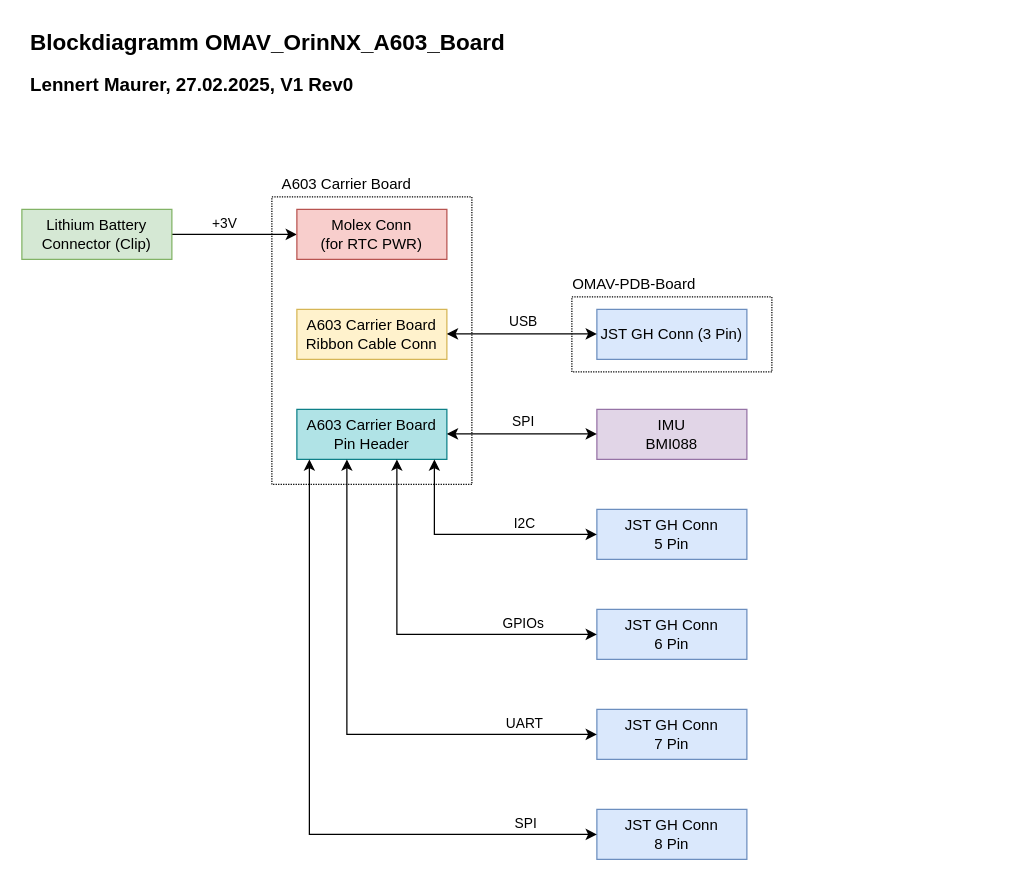
Above: 2_Documentation/3_HW_Concept/HW_Concept_1.drawio in lennertmaurer/OMAV_OrinNX_A603_Board (draw.io), before the change. Source tidied: cells renumbered, new cells numbered last; positions are measured from the earlier drawing's top-left corner, leaving out a move shared by most shapes. Both pictures are drawn from the tidied source at 125%, with x=0, y=0 at pixel (21, 21).
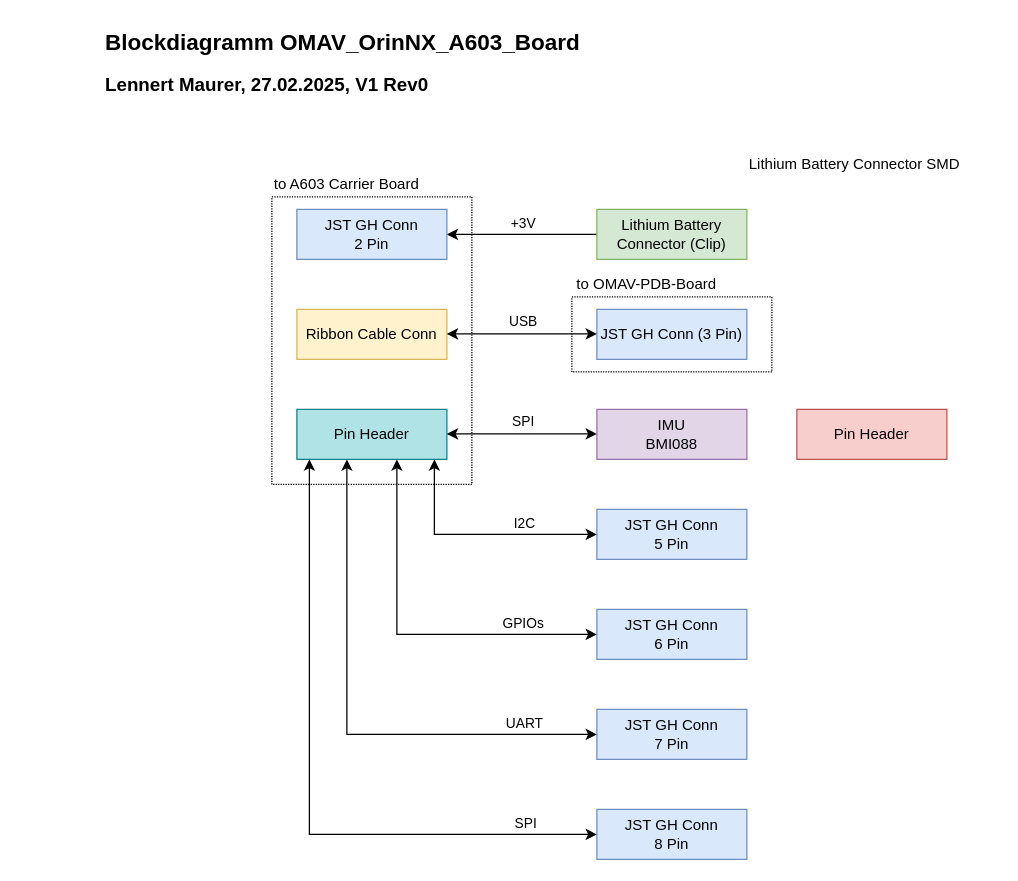
Above is the later version.

What changed in the source:
```diff
@@
     <mxCell id="4" value="&lt;font style=&quot;&quot;&gt;&lt;b style=&quot;&quot;&gt;&lt;font style=&quot;font-size: 15px;&quot;&gt;Lennert Maurer, 27.02.2025, V1 Rev0&lt;/font&gt;&lt;/b&gt;&lt;/font&gt;" style="text;html=1;strokeColor=none;fillColor=none;align=left;verticalAlign=middle;whiteSpace=wrap;rounded=0;" parent="1" vertex="1">
-      <mxGeometry x="5" y="40" width="430" height="20" as="geometry" />
+      <mxGeometry x="65" y="40" width="430" height="20" as="geometry" />
     </mxCell>
     <mxCell id="5" value="&lt;span style=&quot;font-size: 18px;&quot;&gt;&lt;b&gt;Blockdiagramm OMAV_OrinNX_A603_Board&lt;/b&gt;&lt;/span&gt;" style="text;whiteSpace=wrap;html=1;" parent="1" vertex="1">
-      <mxGeometry x="5" width="475" height="50" as="geometry" />
+      <mxGeometry x="65" width="475" height="50" as="geometry" />
     </mxCell>
-    <mxCell id="6" style="edgeStyle=orthogonalEdgeStyle;rounded=0;jettySize=auto;html=1;exitX=1;exitY=0.5;exitDx=0;exitDy=0;entryX=0;entryY=0.5;entryDx=0;entryDy=0;" parent="1" edge="1" source="8" target="12">
-      <mxGeometry relative="1" as="geometry" />
-    </mxCell>
+    <mxCell id="33" style="edgeStyle=orthogonalEdgeStyle;rounded=0;jettySize=auto;html=1;exitX=0;exitY=0.5;exitDx=0;exitDy=0;entryX=1;entryY=0.5;entryDx=0;entryDy=0;" parent="1" edge="1" source="8" target="34">
+      <mxGeometry relative="1" as="geometry" />
+    </mxCell>
-    <mxCell id="7" value="+3V" style="edgeLabel;html=1;align=center;verticalAlign=middle;" parent="6" vertex="1">
-      <mxGeometry x="0.09" y="-1" relative="1" as="geometry">
-        <mxPoint x="-14" y="-11" as="offset" />
+    <mxCell id="7" value="+3V" style="edgeLabel;html=1;align=center;verticalAlign=middle;" parent="33" vertex="1">
+      <mxGeometry x="-0.15" y="1" relative="1" as="geometry">
+        <mxPoint x="-9" y="-11" as="offset" />
       </mxGeometry>
     </mxCell>
     <mxCell id="8" value="Lithium Battery Connector (Clip)" style="rounded=0;whiteSpace=wrap;html=1;fillColor=#d5e8d4;strokeColor=#82b366;fontColor=#000000;" parent="1" vertex="1">
-      <mxGeometry y="150" width="120" height="40" as="geometry" />
+      <mxGeometry x="460" y="150" width="120" height="40" as="geometry" />
     </mxCell>
@@
-    <mxCell id="10" value="A603 Carrier Board&lt;div&gt;Ribbon Cable Conn&lt;/div&gt;" style="rounded=0;whiteSpace=wrap;html=1;fillColor=#fff2cc;strokeColor=#d6b656;fontColor=#000000;" parent="1" vertex="1">
+    <mxCell id="10" value="&lt;span style=&quot;background-color: initial;&quot;&gt;Ribbon Cable Conn&lt;/span&gt;" style="rounded=0;whiteSpace=wrap;html=1;fillColor=#fff2cc;strokeColor=#d6b656;fontColor=#000000;" parent="1" vertex="1">
       <mxGeometry x="220" y="230" width="120" height="40" as="geometry" />
     </mxCell>
-    <mxCell id="11" value="A603 Carrier Board&lt;div&gt;Pin Header&lt;/div&gt;" style="rounded=0;whiteSpace=wrap;html=1;fillColor=#b0e3e6;strokeColor=#0e8088;fontColor=#000000;" parent="1" vertex="1">
+    <mxCell id="11" value="&lt;span style=&quot;background-color: initial;&quot;&gt;Pin Header&lt;/span&gt;" style="rounded=0;whiteSpace=wrap;html=1;fillColor=#b0e3e6;strokeColor=#0e8088;fontColor=#000000;" parent="1" vertex="1">
       <mxGeometry x="220" y="310" width="120" height="40" as="geometry" />
     </mxCell>
-    <mxCell id="12" value="Molex Conn&lt;div&gt;(for RTC PWR)&lt;/div&gt;" style="rounded=0;whiteSpace=wrap;html=1;fillColor=#f8cecc;strokeColor=#b85450;fontColor=#000000;" parent="1" vertex="1">
-      <mxGeometry x="220" y="150" width="120" height="40" as="geometry" />
+    <mxCell id="12" value="Pin Header" style="rounded=0;whiteSpace=wrap;html=1;fillColor=#f8cecc;strokeColor=#b85450;fontColor=#000000;" parent="1" vertex="1">
+      <mxGeometry x="620" y="310" width="120" height="40" as="geometry" />
     </mxCell>
@@
-    <mxCell id="23" value="&lt;font style=&quot;font-size: 12px&quot;&gt;A603 Carrier Board&lt;/font&gt;" style="text;html=1;strokeColor=none;fillColor=none;align=center;verticalAlign=middle;whiteSpace=wrap;rounded=0;fontColor=#000000;" parent="1" vertex="1">
+    <mxCell id="23" value="&lt;font style=&quot;font-size: 12px&quot;&gt;to A603 Carrier Board&lt;/font&gt;" style="text;html=1;strokeColor=none;fillColor=none;align=center;verticalAlign=middle;whiteSpace=wrap;rounded=0;fontColor=#000000;" parent="1" vertex="1">
       <mxGeometry x="180" y="120" width="160" height="20" as="geometry" />
     </mxCell>
@@
-    <mxCell id="32" value="OMAV-PDB-Board" style="text;html=1;strokeColor=none;fillColor=none;align=center;verticalAlign=middle;whiteSpace=wrap;rounded=0;fontColor=#000000;" parent="1" vertex="1">
-      <mxGeometry x="410" y="200" width="160" height="20" as="geometry" />
+    <mxCell id="32" value="to OMAV-PDB-Board" style="text;html=1;strokeColor=none;fillColor=none;align=center;verticalAlign=middle;whiteSpace=wrap;rounded=0;fontColor=#000000;" parent="1" vertex="1">
+      <mxGeometry x="420" y="200" width="160" height="20" as="geometry" />
     </mxCell>
+    <mxCell id="34" value="JST GH Conn&lt;div&gt;2 Pin&lt;/div&gt;" style="rounded=0;whiteSpace=wrap;html=1;fillColor=#dae8fc;strokeColor=#6c8ebf;fontColor=#000000;" parent="1" vertex="1">
+      <mxGeometry x="220" y="150" width="120" height="40" as="geometry" />
+    </mxCell>
+    <mxCell id="35" value="Lithium Battery Connector SMD" style="text;whiteSpace=wrap;" parent="1" vertex="1">
+      <mxGeometry x="580" y="100" width="200" height="40" as="geometry" />
+    </mxCell>
```
